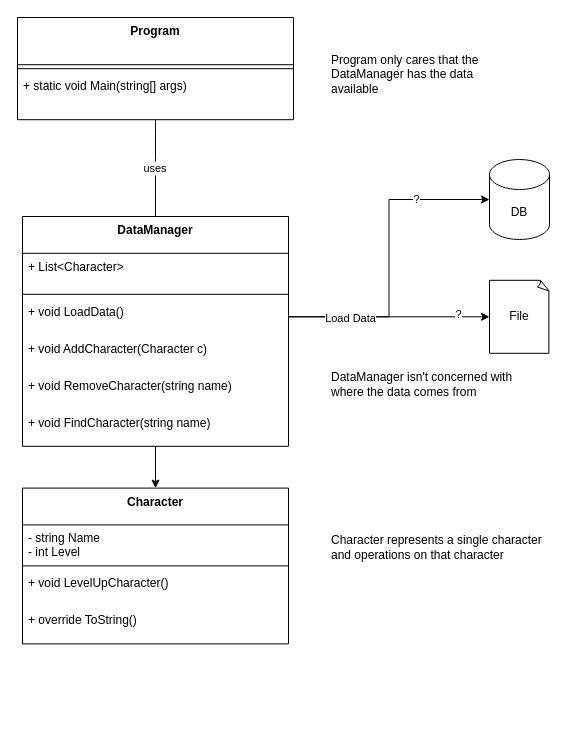
WCTC-Net-Database/Spring-2025-In-Class keeps this draw.io diagram as W3_SOLID_SRP/SRP relationships.drawio. Above is the earlier version. Source tidied: cells renumbered, new cells numbered last; positions are measured from the earlier drawing's top-left corner, leaving out a move shared by most shapes. Both pictures are drawn from the tidied source at 100%, with x=0, y=0 at pixel (17, 17).
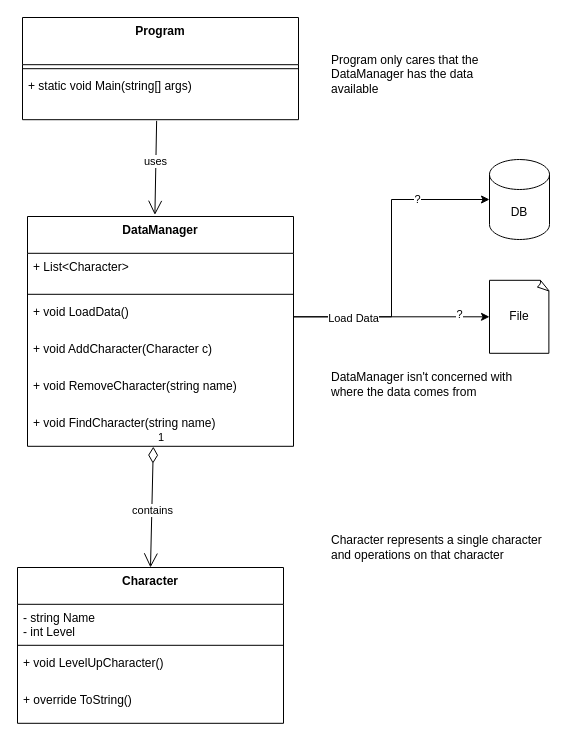
Above is the later version.

Commit message (it also covers changes not shown here):
Updated diagrams to properly represent relationships

Unchanged cells that the change refers to:
```xml
<mxCell id="4" value="+ static void Main(string[] args)" style="text;strokeColor=none;fillColor=none;align=left;verticalAlign=top;spacingLeft=4;spacingRight=4;overflow=hidden;points=[[0,0.5],[1,0.5]];portConstraint=eastwest;" parent="2" vertex="1">
  <mxGeometry y="55.2" width="276" height="47" as="geometry" />
</mxCell>
<mxCell id="12" value="+ void FindCharacter(string name)" style="text;strokeColor=none;fillColor=none;align=left;verticalAlign=top;spacingLeft=4;spacingRight=4;overflow=hidden;points=[[0,0.5],[1,0.5]];portConstraint=eastwest;" parent="6" vertex="1">
  <mxGeometry y="192.8" width="266" height="37" as="geometry" />
</mxCell>
```

What changed in the source:
```diff
@@
     <mxCell id="2" value="Program" style="swimlane;fontStyle=1;align=center;verticalAlign=top;horizontal=1;startSize=47.2;" parent="1" vertex="1">
-      <mxGeometry width="276" height="102.2" as="geometry" />
+      <mxGeometry x="5" width="276" height="102.2" as="geometry" />
     </mxCell>
@@
-    <mxCell id="5" style="edgeStyle=orthogonalEdgeStyle;rounded=0;jettySize=auto;html=1;" parent="1" edge="1" source="6" target="14">
-      <mxGeometry relative="1" as="geometry" />
-    </mxCell>
     <mxCell id="6" value="DataManager" style="swimlane;fontStyle=1;align=center;verticalAlign=top;horizontal=1;startSize=36.8;" parent="1" vertex="1">
-      <mxGeometry x="5" y="199" width="266" height="229.8" as="geometry" />
+      <mxGeometry x="10" y="199" width="266" height="229.8" as="geometry" />
     </mxCell>
@@
-    <mxCell id="13" value="uses" style="curved=1;startArrow=none;endArrow=none;exitX=0.5;exitY=1;entryX=0.5;entryY=0;" parent="1" edge="1" source="2" target="6">
-      <mxGeometry relative="1" as="geometry" />
-    </mxCell>
     <mxCell id="14" value="Character" style="swimlane;fontStyle=1;align=center;verticalAlign=top;horizontal=1;startSize=36.8;" parent="1" vertex="1">
-      <mxGeometry x="5" y="470.6" width="266" height="155.8" as="geometry" />
+      <mxGeometry y="550" width="266" height="155.8" as="geometry" />
     </mxCell>
@@
+    <mxCell id="29" value="1" style="endArrow=open;html=1;endSize=12;startArrow=diamondThin;startSize=14;startFill=0;align=left;verticalAlign=bottom;rounded=0;exitX=0.473;exitY=1.01;exitDx=0;exitDy=0;exitPerimeter=0;entryX=0.5;entryY=0;entryDx=0;entryDy=0;" parent="1" edge="1" source="12" target="14">
+      <mxGeometry x="-1" y="3" relative="1" as="geometry" />
+    </mxCell>
+    <mxCell id="30" value="contains" style="edgeLabel;html=1;align=center;verticalAlign=middle;" parent="29" vertex="1">
+      <mxGeometry x="0.05" relative="1" as="geometry" />
+    </mxCell>
+    <mxCell id="31" style="endArrow=open;endFill=1;endSize=12;html=1;rounded=0;exitX=0.486;exitY=1.024;exitDx=0;exitDy=0;exitPerimeter=0;entryX=0.479;entryY=-0.007;entryDx=0;entryDy=0;entryPerimeter=0;" parent="1" edge="1" source="4" target="6">
+      <mxGeometry relative="1" as="geometry" />
+    </mxCell>
+    <mxCell id="13" value="uses" style="edgeLabel;html=1;align=center;verticalAlign=middle;" parent="31" vertex="1">
+      <mxGeometry x="-0.15" y="-1" relative="1" as="geometry" />
+    </mxCell>
```
